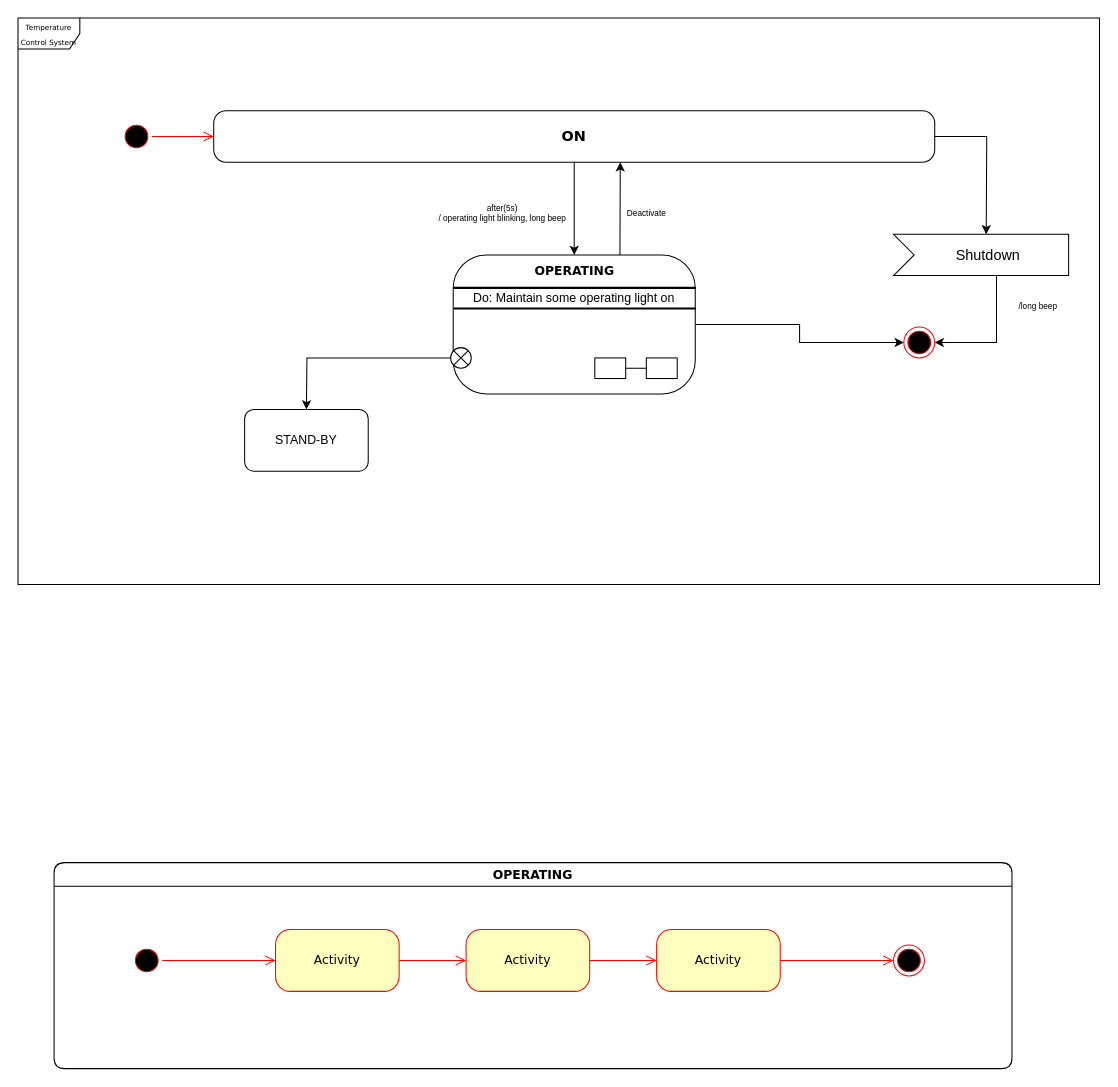
This is temp_co2_control_system.drawio from OZiad/UML_State_Machine_331, a draw.io file, before an edit. Source tidied: cells renumbered, new cells numbered last; positions are measured from the earlier drawing's top-left corner, leaving out a move shared by most shapes. Both pictures are drawn from the tidied source at 103%, with x=0, y=0 at pixel (18, 18).
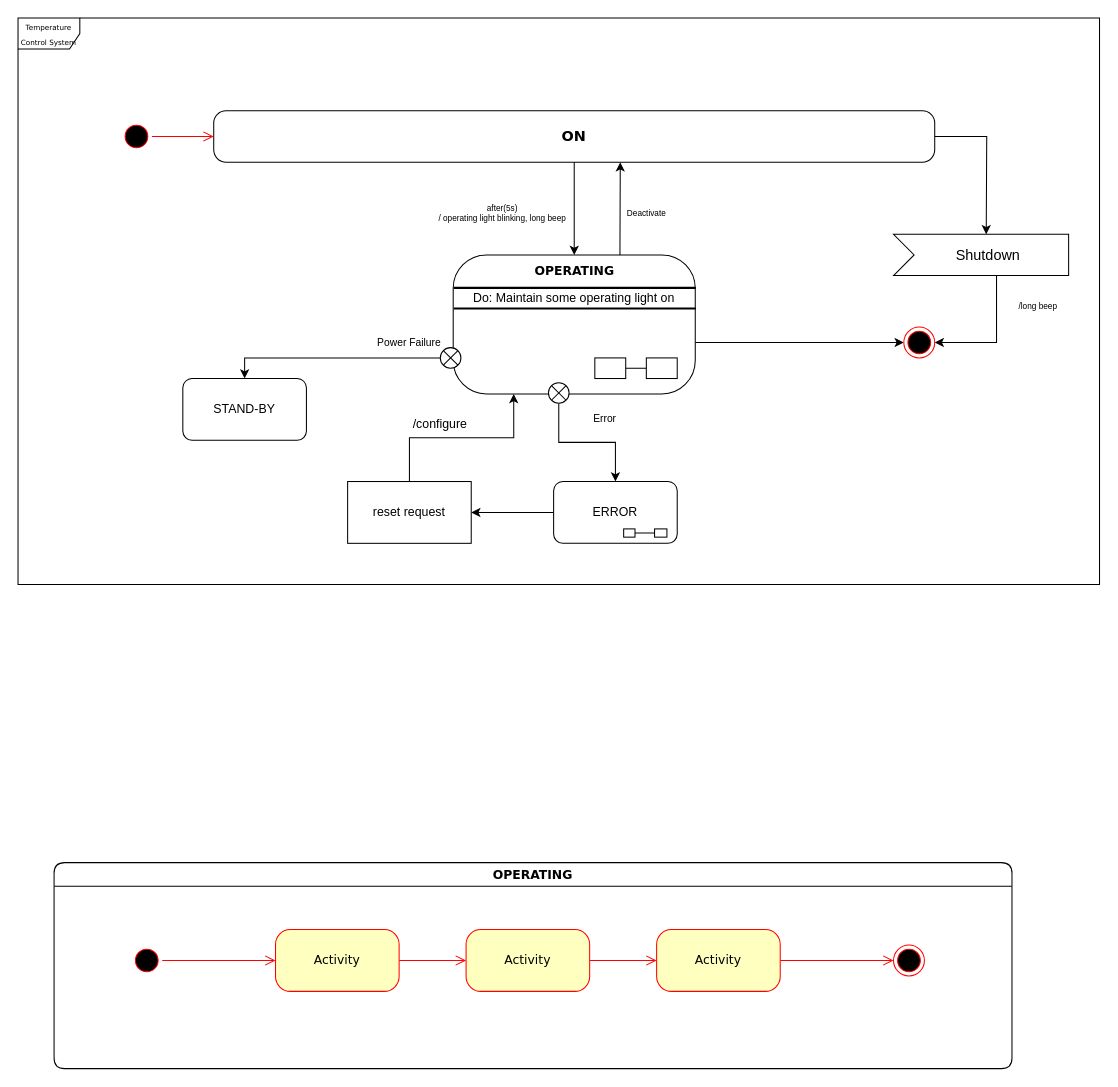
After the change.

Commit message:
Add exit transitions and reset request action

The change refers to these unchanged cells:
```xml
<mxCell id="20" value="&lt;span style=&quot;font-size: 14px;&quot;&gt;&lt;b style=&quot;font-size: 12px;&quot;&gt;OPERATING&lt;/b&gt;&lt;/span&gt;" style="rounded=1;whiteSpace=wrap;html=1;arcSize=24;shadow=0;comic=0;labelBackgroundColor=none;fontFamily=Verdana;fontSize=12;align=center;verticalAlign=top;horizontal=1;points=[[0,0,0,0,0],[0,0.25,0,0,0],[0,0.5,0,0,0],[0,0.75,0,0,0],[0,1,0,0,0],[0.25,0,0,0,0],[0.25,1,0,0,0],[0.5,0,0,0,0],[0.5,1,0,0,0],[0.75,0,0,0,0],[0.75,1,0,0,0],[1,0,0,0,0],[1,0.25,0,0,0],[1,0.5,0,0,0],[1,0.75,0,0,0],[1,1,0,0,0]];" parent="1" vertex="1">
  <mxGeometry x="422.5" y="230" width="235" height="135" as="geometry" />
</mxCell>
<mxCell id="28" style="ellipse;html=1;shape=endState;fillColor=#000000;strokeColor=#ff0000;rounded=1;shadow=0;comic=0;labelBackgroundColor=none;fontFamily=Verdana;fontSize=12;fontColor=#000000;align=center;" parent="1" vertex="1">
  <mxGeometry x="860" y="300" width="30" height="30" as="geometry" />
</mxCell>
```

Diff of the diagram source:
```diff
@@
     <mxCell id="19" style="edgeStyle=orthogonalEdgeStyle;rounded=0;jettySize=auto;html=1;" parent="1" edge="1" source="20" target="28">
-      <mxGeometry relative="1" as="geometry" />
+      <mxGeometry relative="1" as="geometry">
+        <Array as="points">
+          <mxPoint x="720" y="315" />
+          <mxPoint x="720" y="315" />
+        </Array>
+      </mxGeometry>
     </mxCell>
@@
-    <mxCell id="30" style="edgeStyle=orthogonalEdgeStyle;rounded=0;jettySize=auto;html=1;" parent="1" edge="1" source="31">
-      <mxGeometry relative="1" as="geometry">
-        <mxPoint x="280" y="380" as="targetPoint" />
-      </mxGeometry>
+    <mxCell id="30" style="edgeStyle=orthogonalEdgeStyle;rounded=0;jettySize=auto;html=1;entryX=0.5;entryY=0;entryDx=0;entryDy=0;" parent="1" edge="1" source="31" target="32">
+      <mxGeometry relative="1" as="geometry" />
     </mxCell>
     <mxCell id="31" style="shape=sumEllipse;perimeter=ellipsePerimeter;html=1;backgroundOutline=1;" parent="1" vertex="1">
-      <mxGeometry x="420" y="320" width="20" height="20" as="geometry" />
+      <mxGeometry x="410" y="320" width="20" height="20" as="geometry" />
     </mxCell>
     <mxCell id="32" value="STAND-BY" style="rounded=1;whiteSpace=wrap;html=1;" parent="1" vertex="1">
-      <mxGeometry x="220" y="380" width="120" height="60" as="geometry" />
+      <mxGeometry x="160" y="350" width="120" height="60" as="geometry" />
     </mxCell>
@@
+    <mxCell id="36" style="edgeStyle=orthogonalEdgeStyle;rounded=0;jettySize=auto;html=1;" parent="1" edge="1" source="37" target="39">
+      <mxGeometry relative="1" as="geometry" />
+    </mxCell>
+    <mxCell id="37" style="shape=sumEllipse;perimeter=ellipsePerimeter;html=1;backgroundOutline=1;" parent="1" vertex="1">
+      <mxGeometry x="515" y="354" width="20" height="20" as="geometry" />
+    </mxCell>
+    <mxCell id="38" style="edgeStyle=orthogonalEdgeStyle;rounded=0;jettySize=auto;html=1;" parent="1" edge="1" source="39" target="43">
+      <mxGeometry relative="1" as="geometry" />
+    </mxCell>
+    <mxCell id="39" value="ERROR" style="rounded=1;whiteSpace=wrap;html=1;" parent="1" vertex="1">
+      <mxGeometry x="520" y="450" width="120" height="60" as="geometry" />
+    </mxCell>
+    <mxCell id="40" style="edgeStyle=orthogonalEdgeStyle;rounded=0;jettySize=auto;html=1;entryX=0;entryY=0.5;entryDx=0;entryDy=0;endArrow=none;endFill=0;" parent="1" edge="1" source="41" target="42">
+      <mxGeometry relative="1" as="geometry" />
+    </mxCell>
+    <mxCell id="41" style="rounded=0;whiteSpace=wrap;html=1;" parent="1" vertex="1">
+      <mxGeometry x="588" y="496" width="11" height="8" as="geometry" />
+    </mxCell>
+    <mxCell id="42" style="rounded=0;whiteSpace=wrap;html=1;" parent="1" vertex="1">
+      <mxGeometry x="618" y="496" width="12" height="8" as="geometry" />
+    </mxCell>
+    <mxCell id="43" value="reset request" style="rounded=0;whiteSpace=wrap;html=1;" parent="1" vertex="1">
+      <mxGeometry x="320" y="450" width="120" height="60" as="geometry" />
+    </mxCell>
+    <mxCell id="44" style="edgeStyle=orthogonalEdgeStyle;rounded=0;jettySize=auto;html=1;entryX=0.25;entryY=1;entryDx=0;entryDy=0;entryPerimeter=0;" parent="1" edge="1" source="43" target="20">
+      <mxGeometry relative="1" as="geometry" />
+    </mxCell>
+    <mxCell id="45" value="/configure" style="text;html=1;strokeColor=none;fillColor=none;align=center;verticalAlign=middle;whiteSpace=wrap;rounded=0;" parent="1" vertex="1">
+      <mxGeometry x="380" y="380" width="60" height="30" as="geometry" />
+    </mxCell>
+    <mxCell id="46" value="Power Failure" style="text;html=1;strokeColor=none;fillColor=none;align=center;verticalAlign=middle;whiteSpace=wrap;rounded=0;fontSize=10;" parent="1" vertex="1">
+      <mxGeometry x="345" y="300" width="70" height="30" as="geometry" />
+    </mxCell>
+    <mxCell id="47" value="Error" style="text;html=1;strokeColor=none;fillColor=none;align=center;verticalAlign=middle;whiteSpace=wrap;rounded=0;fontSize=10;" parent="1" vertex="1">
+      <mxGeometry x="535" y="374" width="70" height="30" as="geometry" />
+    </mxCell>
```
